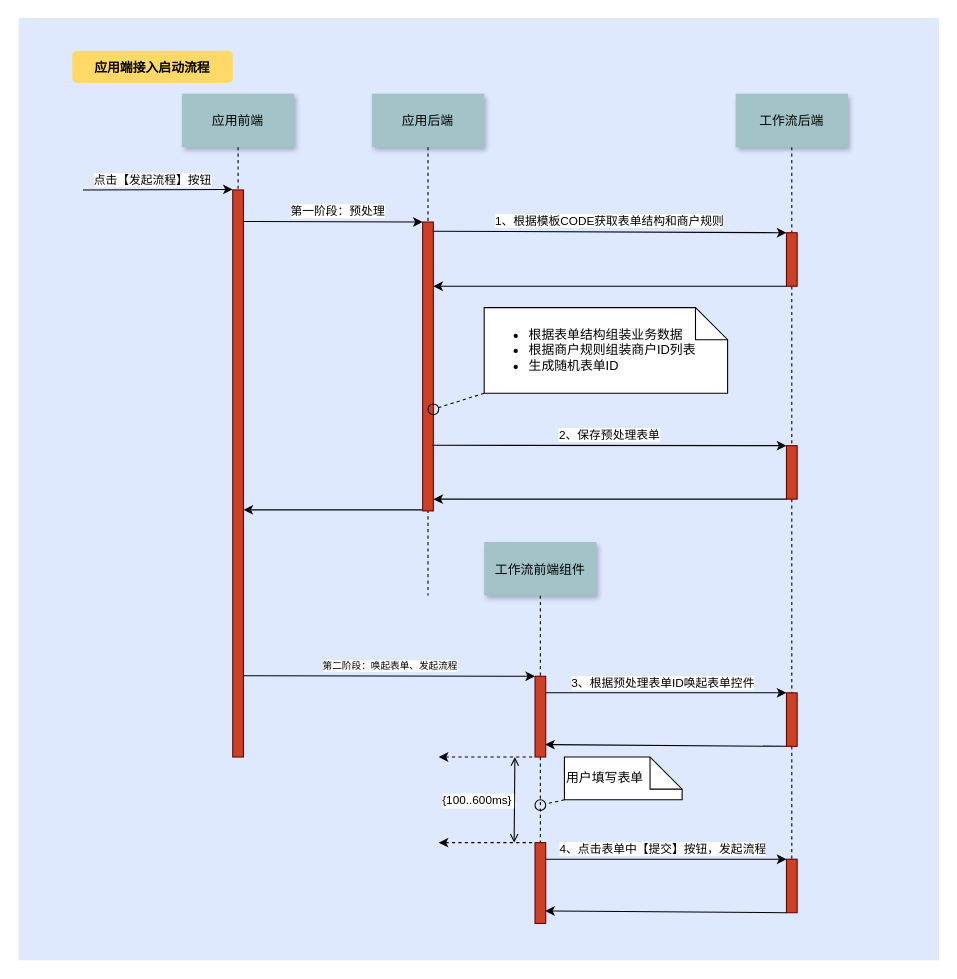
Earlier version of the draw.io diagram 未命名绘图.drawio (cdwxw/cdwxw). Source tidied: cells renumbered, new cells numbered last; positions are measured from the earlier drawing's top-left corner, leaving out a move shared by most shapes. Both pictures are drawn from the tidied source at 107%, with x=0, y=0 at pixel (18, 17).
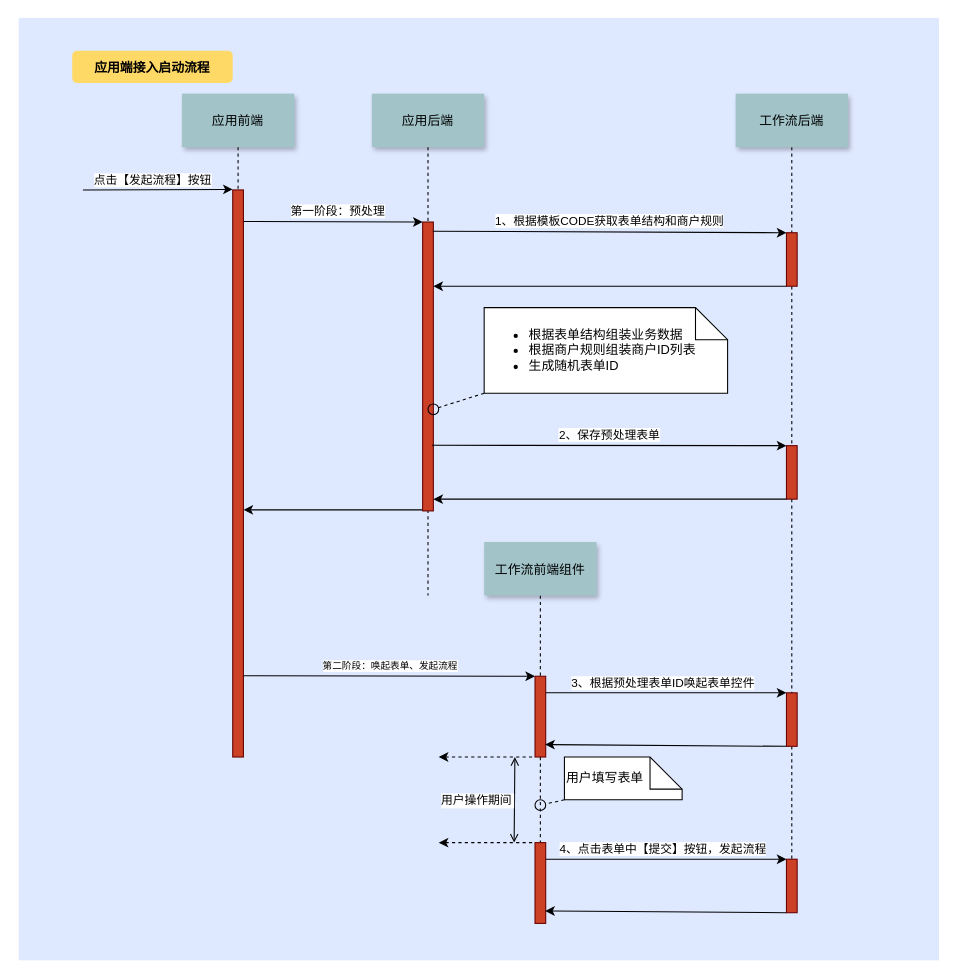
After the change.

Commit message (it also covers changes not shown here):
应用端接入启动流程.drawio

What changed in the source:
```diff
@@
-    <mxCell id="27" value="{100..600ms}" style="edgeStyle=elbowEdgeStyle;elbow=horizontal;startArrow=open;endArrow=open;labelPosition=left;align=right;" parent="1" edge="1">
+    <mxCell id="27" value="用户操作期间" style="edgeStyle=elbowEdgeStyle;elbow=horizontal;startArrow=open;endArrow=open;labelPosition=left;align=right;" parent="1" edge="1">
       <mxGeometry x="343.7" y="690" as="geometry">
         <mxPoint x="463.7" y="691" as="sourcePoint" />
         <mxPoint x="462.5" y="771" as="targetPoint" />
       </mxGeometry>
     </mxCell>
```
